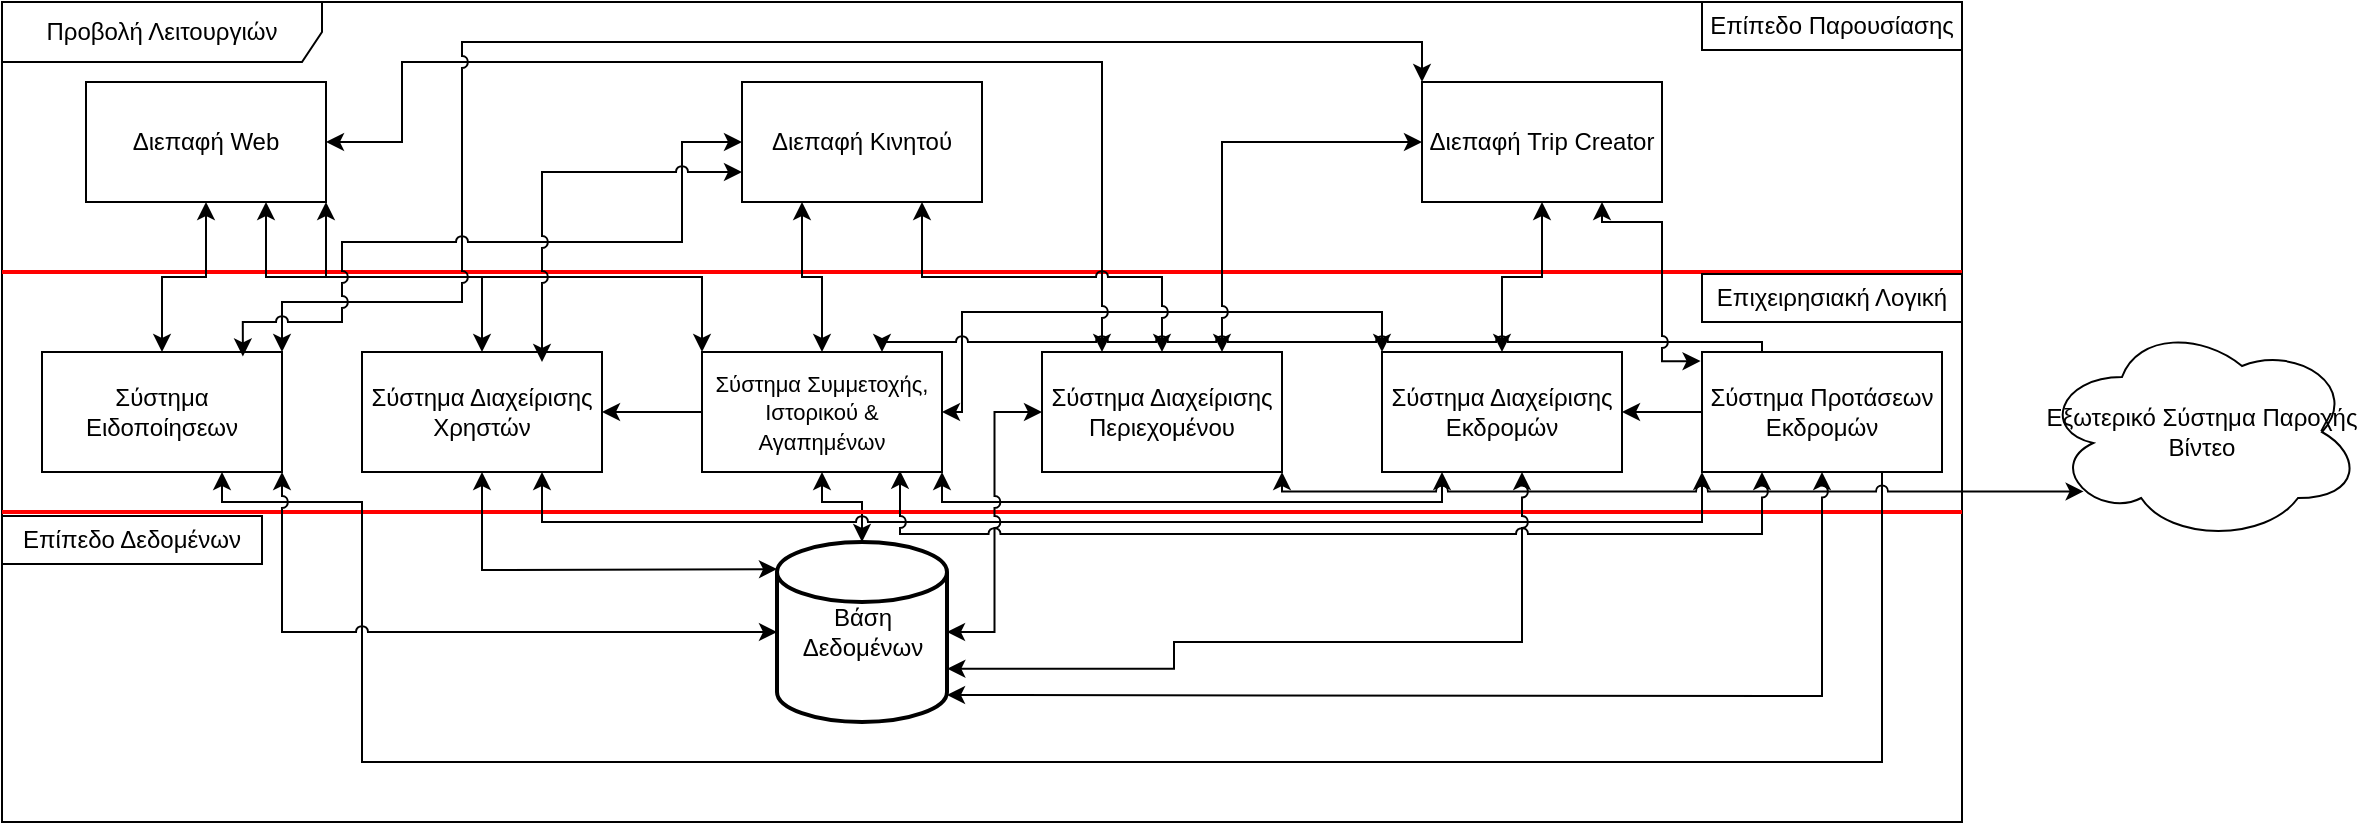
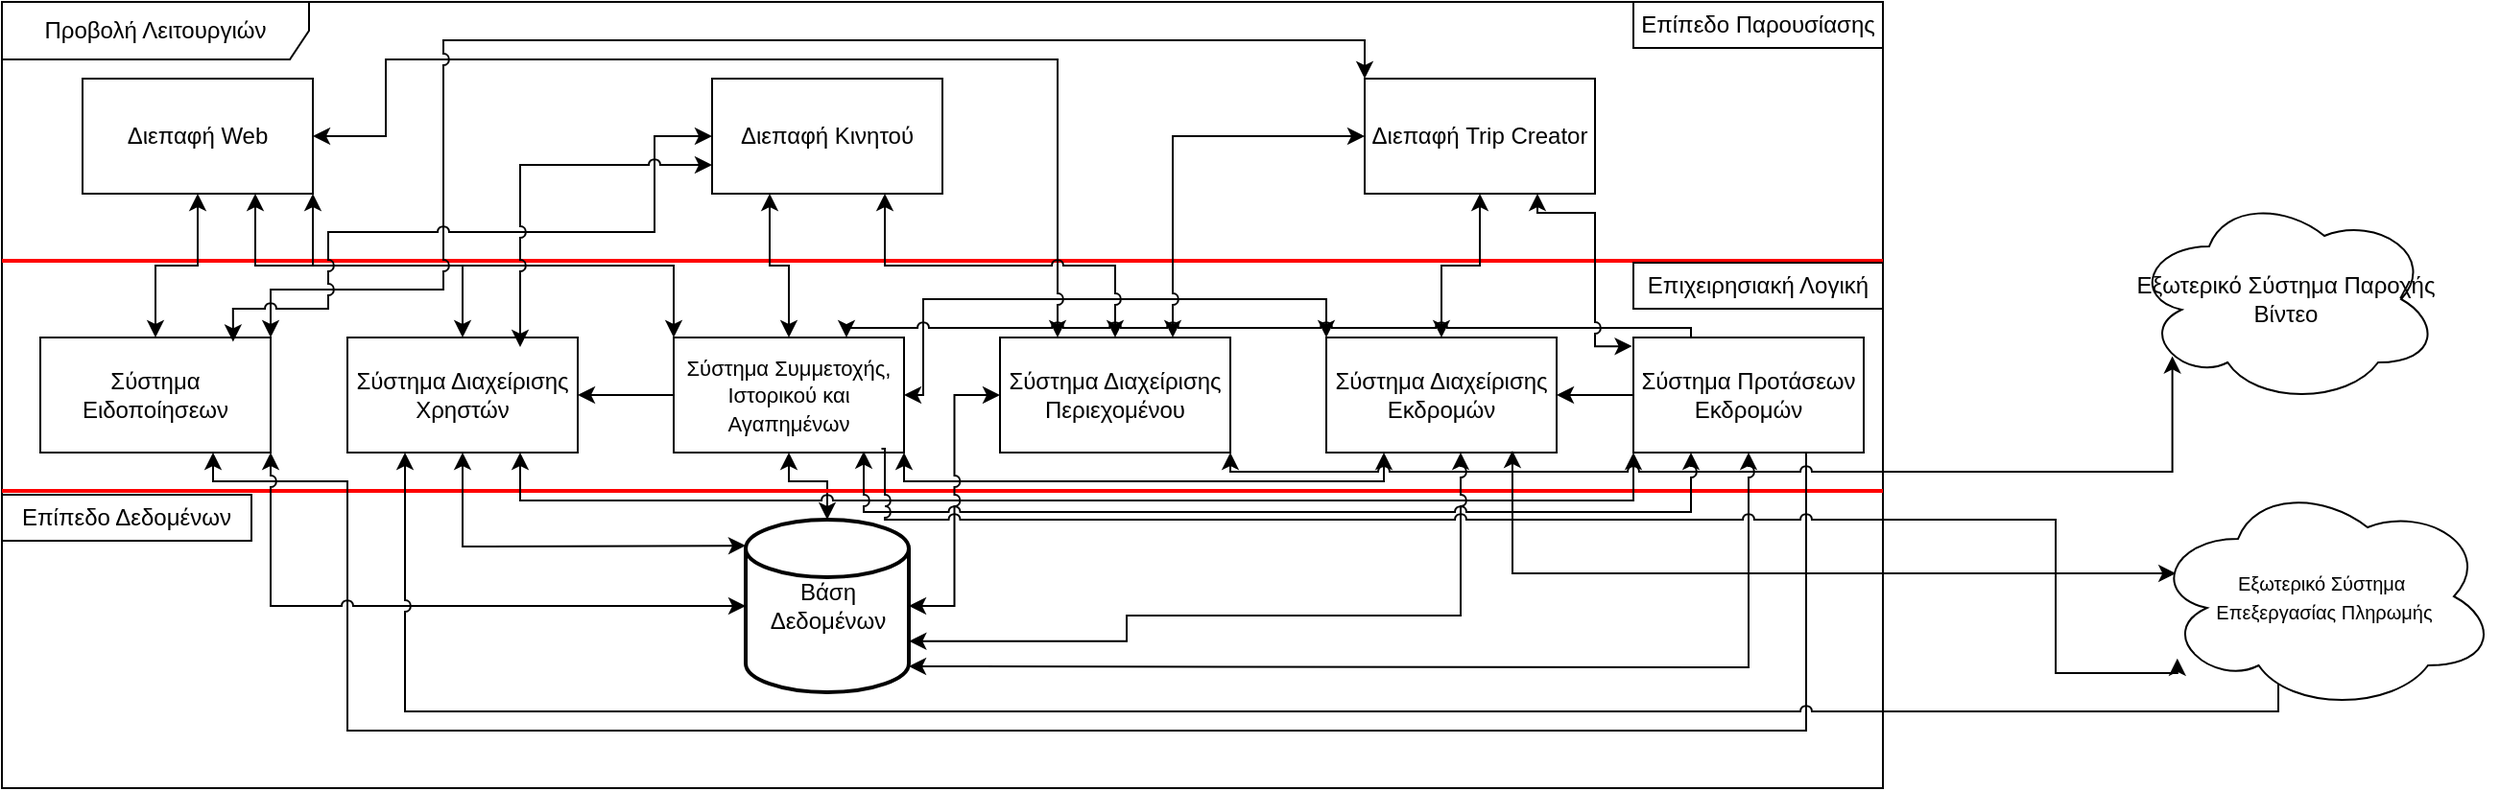
<mxfile host="Electron">
  <diagram name="Page-1" id="4AE1Qnd1JqV4NOLmeaja">
-     <mxGraphModel dx="1160" dy="851" grid="1" gridSize="10" guides="1" tooltips="1" connect="1" arrows="1" fold="1" page="1" pageScale="1" pageWidth="2336" pageHeight="1654" math="0" shadow="0">
+     <mxGraphModel dx="880" dy="646" grid="1" gridSize="10" guides="1" tooltips="1" connect="1" arrows="1" fold="1" page="1" pageScale="1" pageWidth="2336" pageHeight="1654" math="0" shadow="0">
      <root>
        <mxCell id="0" />
        <mxCell id="1" parent="0" />
        <mxCell id="USa8EpU7YxTc6JIzbQIB-5" parent="1" style="shape=umlFrame;whiteSpace=wrap;html=1;pointerEvents=0;recursiveResize=0;container=1;collapsible=0;width=160;" value="Προβολή Λειτουργιών" vertex="1">
          <mxGeometry height="410" width="980" x="280" y="150" as="geometry" />
        </mxCell>
        <mxCell id="USa8EpU7YxTc6JIzbQIB-6" parent="USa8EpU7YxTc6JIzbQIB-5" style="rounded=0;whiteSpace=wrap;html=1;" value="Σύστημα Διαχείρισης Χρηστών" vertex="1">
          <mxGeometry height="60" width="120" x="180" y="175" as="geometry" />
        </mxCell>
        <mxCell id="USa8EpU7YxTc6JIzbQIB-9" parent="USa8EpU7YxTc6JIzbQIB-5" style="rounded=0;whiteSpace=wrap;html=1;" value="Σύστημα Διαχείρισης Εκδρομών" vertex="1">
          <mxGeometry height="60" width="120" x="690" y="175" as="geometry" />
        </mxCell>
        <mxCell id="USa8EpU7YxTc6JIzbQIB-11" parent="USa8EpU7YxTc6JIzbQIB-5" style="rounded=0;whiteSpace=wrap;html=1;" value="Σύστημα Ειδοποίησεων" vertex="1">
          <mxGeometry height="60" width="120" x="20" y="175" as="geometry" />
        </mxCell>
        <mxCell id="2LO0Jh0kUcFW1yX77MjD-15" edge="1" parent="USa8EpU7YxTc6JIzbQIB-5" source="USa8EpU7YxTc6JIzbQIB-12" style="edgeStyle=orthogonalEdgeStyle;rounded=0;orthogonalLoop=1;jettySize=auto;html=1;exitX=0.5;exitY=1;exitDx=0;exitDy=0;startArrow=classic;startFill=1;jumpStyle=arc;" target="USa8EpU7YxTc6JIzbQIB-24">
          <mxGeometry relative="1" as="geometry">
            <Array as="points">
              <mxPoint x="410" y="250" />
              <mxPoint x="430" y="250" />
            </Array>
          </mxGeometry>
        </mxCell>
        <mxCell id="2LO0Jh0kUcFW1yX77MjD-33" edge="1" parent="USa8EpU7YxTc6JIzbQIB-5" source="USa8EpU7YxTc6JIzbQIB-12" style="edgeStyle=orthogonalEdgeStyle;rounded=0;orthogonalLoop=1;jettySize=auto;html=1;exitX=1;exitY=1;exitDx=0;exitDy=0;entryX=0.25;entryY=1;entryDx=0;entryDy=0;jumpStyle=arc;startArrow=classic;startFill=1;" target="USa8EpU7YxTc6JIzbQIB-9">
          <mxGeometry relative="1" as="geometry">
            <Array as="points">
              <mxPoint x="470" y="250" />
              <mxPoint x="720" y="250" />
            </Array>
          </mxGeometry>
        </mxCell>
        <mxCell id="hRzWoRSsmrd4d52nkTz4-3" edge="1" parent="USa8EpU7YxTc6JIzbQIB-5" source="USa8EpU7YxTc6JIzbQIB-12" style="edgeStyle=orthogonalEdgeStyle;rounded=0;orthogonalLoop=1;jettySize=auto;html=1;exitX=1;exitY=0.5;exitDx=0;exitDy=0;entryX=0;entryY=0;entryDx=0;entryDy=0;startArrow=classic;startFill=1;jumpStyle=arc;" target="USa8EpU7YxTc6JIzbQIB-9">
          <mxGeometry relative="1" as="geometry">
            <Array as="points">
              <mxPoint x="480" y="205" />
              <mxPoint x="480" y="155" />
              <mxPoint x="690" y="155" />
            </Array>
          </mxGeometry>
        </mxCell>
        <mxCell id="qKBwbukMVZDsGPhGPwba-1" edge="1" parent="USa8EpU7YxTc6JIzbQIB-5" source="USa8EpU7YxTc6JIzbQIB-12" style="edgeStyle=orthogonalEdgeStyle;rounded=0;orthogonalLoop=1;jettySize=auto;html=1;exitX=0;exitY=0.5;exitDx=0;exitDy=0;" target="USa8EpU7YxTc6JIzbQIB-6">
          <mxGeometry relative="1" as="geometry" />
        </mxCell>
-         <mxCell id="USa8EpU7YxTc6JIzbQIB-12" parent="USa8EpU7YxTc6JIzbQIB-5" style="rounded=0;whiteSpace=wrap;html=1;" value="&lt;font style=&quot;font-size: 11px;&quot;&gt;Σύστημα Συμμετοχής, Ιστορικού &amp;amp; Αγαπημένων&lt;/font&gt;" vertex="1">
+         <mxCell id="USa8EpU7YxTc6JIzbQIB-12" parent="USa8EpU7YxTc6JIzbQIB-5" style="rounded=0;whiteSpace=wrap;html=1;" value="&lt;font style=&quot;font-size: 11px;&quot;&gt;Σύστημα Συμμετοχής, Ιστορικού και Αγαπημένων&lt;/font&gt;" vertex="1">
          <mxGeometry height="60" width="120" x="350" y="175" as="geometry" />
        </mxCell>
        <mxCell id="USa8EpU7YxTc6JIzbQIB-13" parent="USa8EpU7YxTc6JIzbQIB-5" style="whiteSpace=wrap;html=1;" value="Σύστημα Διαχείρισης Περιεχομένου" vertex="1">
          <mxGeometry height="60" width="120" x="520" y="175" as="geometry" />
        </mxCell>
        <mxCell id="USa8EpU7YxTc6JIzbQIB-18" parent="USa8EpU7YxTc6JIzbQIB-5" style="line;strokeWidth=2;html=1;fontColor=#FF0000;labelBackgroundColor=#FF0000;strokeColor=#FF0000;" value="" vertex="1">
          <mxGeometry height="10" width="980" y="130" as="geometry" />
        </mxCell>
        <mxCell id="USa8EpU7YxTc6JIzbQIB-19" parent="USa8EpU7YxTc6JIzbQIB-5" style="line;strokeWidth=2;html=1;strokeColor=#FF0000;" value="" vertex="1">
          <mxGeometry height="10" width="980" y="250" as="geometry" />
        </mxCell>
        <mxCell id="USa8EpU7YxTc6JIzbQIB-20" parent="USa8EpU7YxTc6JIzbQIB-5" style="rounded=0;whiteSpace=wrap;html=1;" value="Επιχειρησιακή Λογική" vertex="1">
          <mxGeometry height="24" width="130" x="850" y="136" as="geometry" />
        </mxCell>
        <mxCell id="USa8EpU7YxTc6JIzbQIB-21" parent="USa8EpU7YxTc6JIzbQIB-5" style="rounded=0;whiteSpace=wrap;html=1;" value="Επίπεδο Παρουσίασης" vertex="1">
          <mxGeometry height="24" width="130" x="850" as="geometry" />
        </mxCell>
        <mxCell id="USa8EpU7YxTc6JIzbQIB-24" parent="USa8EpU7YxTc6JIzbQIB-5" style="strokeWidth=2;html=1;shape=mxgraph.flowchart.database;whiteSpace=wrap;" value="Βάση Δεδομένων" vertex="1">
          <mxGeometry height="90" width="85" x="387.5" y="270" as="geometry" />
        </mxCell>
        <mxCell id="2LO0Jh0kUcFW1yX77MjD-19" edge="1" parent="USa8EpU7YxTc6JIzbQIB-5" source="USa8EpU7YxTc6JIzbQIB-36" style="edgeStyle=orthogonalEdgeStyle;rounded=0;orthogonalLoop=1;jettySize=auto;html=1;startArrow=classic;startFill=1;jumpStyle=arc;" target="USa8EpU7YxTc6JIzbQIB-11">
          <mxGeometry relative="1" as="geometry" />
        </mxCell>
        <mxCell id="2LO0Jh0kUcFW1yX77MjD-20" edge="1" parent="USa8EpU7YxTc6JIzbQIB-5" source="USa8EpU7YxTc6JIzbQIB-36" style="edgeStyle=orthogonalEdgeStyle;rounded=0;orthogonalLoop=1;jettySize=auto;html=1;exitX=0.75;exitY=1;exitDx=0;exitDy=0;startArrow=classic;startFill=1;jumpStyle=arc;" target="USa8EpU7YxTc6JIzbQIB-6">
          <mxGeometry relative="1" as="geometry" />
        </mxCell>
        <mxCell id="2LO0Jh0kUcFW1yX77MjD-21" edge="1" parent="USa8EpU7YxTc6JIzbQIB-5" source="USa8EpU7YxTc6JIzbQIB-36" style="edgeStyle=orthogonalEdgeStyle;rounded=0;orthogonalLoop=1;jettySize=auto;html=1;exitX=1;exitY=1;exitDx=0;exitDy=0;entryX=0;entryY=0;entryDx=0;entryDy=0;startArrow=classic;startFill=1;jumpStyle=arc;" target="USa8EpU7YxTc6JIzbQIB-12">
          <mxGeometry relative="1" as="geometry" />
        </mxCell>
        <mxCell id="2LO0Jh0kUcFW1yX77MjD-26" edge="1" parent="USa8EpU7YxTc6JIzbQIB-5" source="USa8EpU7YxTc6JIzbQIB-36" style="edgeStyle=orthogonalEdgeStyle;rounded=0;orthogonalLoop=1;jettySize=auto;html=1;entryX=0.25;entryY=0;entryDx=0;entryDy=0;startArrow=classic;startFill=1;jumpStyle=arc;" target="USa8EpU7YxTc6JIzbQIB-13">
          <mxGeometry relative="1" as="geometry">
            <Array as="points">
              <mxPoint x="200" y="70" />
              <mxPoint x="200" y="30" />
              <mxPoint x="550" y="30" />
            </Array>
          </mxGeometry>
        </mxCell>
        <object label="Διεπαφή Web" Description="Περιλαμβάνει τις λειτουργίες Login, Προβολή Εκδηλώσεων, Συμμετοχή." id="USa8EpU7YxTc6JIzbQIB-36">
          <mxCell parent="USa8EpU7YxTc6JIzbQIB-5" style="whiteSpace=wrap;html=1;" vertex="1">
            <mxGeometry height="60" width="120" x="42" y="40" as="geometry" />
          </mxCell>
        </object>
        <mxCell id="2LO0Jh0kUcFW1yX77MjD-24" edge="1" parent="USa8EpU7YxTc6JIzbQIB-5" source="USa8EpU7YxTc6JIzbQIB-37" style="edgeStyle=orthogonalEdgeStyle;rounded=0;orthogonalLoop=1;jettySize=auto;html=1;exitX=0.25;exitY=1;exitDx=0;exitDy=0;startArrow=classic;startFill=1;jumpStyle=arc;" target="USa8EpU7YxTc6JIzbQIB-12">
          <mxGeometry relative="1" as="geometry" />
        </mxCell>
        <mxCell id="2LO0Jh0kUcFW1yX77MjD-25" edge="1" parent="USa8EpU7YxTc6JIzbQIB-5" source="USa8EpU7YxTc6JIzbQIB-37" style="edgeStyle=orthogonalEdgeStyle;rounded=0;orthogonalLoop=1;jettySize=auto;html=1;exitX=0.75;exitY=1;exitDx=0;exitDy=0;startArrow=classic;startFill=1;jumpStyle=arc;" target="USa8EpU7YxTc6JIzbQIB-13">
          <mxGeometry relative="1" as="geometry" />
        </mxCell>
        <mxCell id="USa8EpU7YxTc6JIzbQIB-37" parent="USa8EpU7YxTc6JIzbQIB-5" style="whiteSpace=wrap;html=1;" value="Διεπαφή Κινητού" vertex="1">
          <mxGeometry height="60" width="120" x="370" y="40" as="geometry" />
        </mxCell>
        <mxCell id="2LO0Jh0kUcFW1yX77MjD-27" edge="1" parent="USa8EpU7YxTc6JIzbQIB-5" source="USa8EpU7YxTc6JIzbQIB-38" style="edgeStyle=orthogonalEdgeStyle;rounded=0;orthogonalLoop=1;jettySize=auto;html=1;startArrow=classic;startFill=1;jumpStyle=arc;" target="USa8EpU7YxTc6JIzbQIB-9">
          <mxGeometry relative="1" as="geometry" />
        </mxCell>
        <mxCell id="2LO0Jh0kUcFW1yX77MjD-28" edge="1" parent="USa8EpU7YxTc6JIzbQIB-5" source="USa8EpU7YxTc6JIzbQIB-38" style="edgeStyle=orthogonalEdgeStyle;rounded=0;orthogonalLoop=1;jettySize=auto;html=1;entryX=0.75;entryY=0;entryDx=0;entryDy=0;startArrow=classic;startFill=1;jumpStyle=arc;" target="USa8EpU7YxTc6JIzbQIB-13">
          <mxGeometry relative="1" as="geometry" />
        </mxCell>
        <mxCell id="2LO0Jh0kUcFW1yX77MjD-29" edge="1" parent="USa8EpU7YxTc6JIzbQIB-5" source="USa8EpU7YxTc6JIzbQIB-38" style="edgeStyle=orthogonalEdgeStyle;rounded=0;orthogonalLoop=1;jettySize=auto;html=1;exitX=0;exitY=0;exitDx=0;exitDy=0;entryX=1;entryY=0;entryDx=0;entryDy=0;startArrow=classic;startFill=1;jumpStyle=arc;" target="USa8EpU7YxTc6JIzbQIB-11">
          <mxGeometry relative="1" as="geometry">
            <Array as="points">
              <mxPoint x="710" y="20" />
              <mxPoint x="230" y="20" />
              <mxPoint x="230" y="150" />
              <mxPoint x="140" y="150" />
            </Array>
          </mxGeometry>
        </mxCell>
        <mxCell id="USa8EpU7YxTc6JIzbQIB-38" parent="USa8EpU7YxTc6JIzbQIB-5" style="whiteSpace=wrap;html=1;" value="Διεπαφή Trip Creator" vertex="1">
          <mxGeometry height="60" width="120" x="710" y="40" as="geometry" />
        </mxCell>
        <mxCell id="USa8EpU7YxTc6JIzbQIB-22" parent="USa8EpU7YxTc6JIzbQIB-5" style="rounded=0;whiteSpace=wrap;html=1;" value="Επίπεδο Δεδομένων" vertex="1">
          <mxGeometry height="24" width="130" y="257" as="geometry" />
        </mxCell>
        <mxCell id="2LO0Jh0kUcFW1yX77MjD-12" edge="1" parent="USa8EpU7YxTc6JIzbQIB-5" source="2LO0Jh0kUcFW1yX77MjD-1" style="edgeStyle=orthogonalEdgeStyle;rounded=0;orthogonalLoop=1;jettySize=auto;html=1;exitX=0;exitY=0.5;exitDx=0;exitDy=0;entryX=1;entryY=0.5;entryDx=0;entryDy=0;startArrow=none;startFill=0;jumpStyle=arc;" target="USa8EpU7YxTc6JIzbQIB-9">
          <mxGeometry relative="1" as="geometry" />
        </mxCell>
        <mxCell id="2LO0Jh0kUcFW1yX77MjD-31" edge="1" parent="USa8EpU7YxTc6JIzbQIB-5" source="2LO0Jh0kUcFW1yX77MjD-1" style="edgeStyle=orthogonalEdgeStyle;rounded=0;orthogonalLoop=1;jettySize=auto;html=1;exitX=0;exitY=1;exitDx=0;exitDy=0;entryX=0.75;entryY=1;entryDx=0;entryDy=0;startArrow=classic;startFill=1;jumpStyle=arc;" target="USa8EpU7YxTc6JIzbQIB-6">
          <mxGeometry relative="1" as="geometry">
            <Array as="points">
              <mxPoint x="850" y="260" />
              <mxPoint x="270" y="260" />
            </Array>
          </mxGeometry>
        </mxCell>
        <mxCell id="hRzWoRSsmrd4d52nkTz4-4" edge="1" parent="USa8EpU7YxTc6JIzbQIB-5" source="2LO0Jh0kUcFW1yX77MjD-1" style="edgeStyle=orthogonalEdgeStyle;rounded=0;orthogonalLoop=1;jettySize=auto;html=1;exitX=0.25;exitY=0;exitDx=0;exitDy=0;entryX=0.75;entryY=0;entryDx=0;entryDy=0;startArrow=none;startFill=0;jumpStyle=arc;" target="USa8EpU7YxTc6JIzbQIB-12">
          <mxGeometry relative="1" as="geometry">
            <Array as="points">
              <mxPoint x="880" y="170" />
              <mxPoint x="440" y="170" />
            </Array>
          </mxGeometry>
        </mxCell>
        <mxCell id="hRzWoRSsmrd4d52nkTz4-5" edge="1" parent="USa8EpU7YxTc6JIzbQIB-5" source="2LO0Jh0kUcFW1yX77MjD-1" style="edgeStyle=orthogonalEdgeStyle;rounded=0;orthogonalLoop=1;jettySize=auto;html=1;exitX=0.75;exitY=1;exitDx=0;exitDy=0;entryX=0.75;entryY=1;entryDx=0;entryDy=0;jumpStyle=arc;startArrow=none;startFill=0;" target="USa8EpU7YxTc6JIzbQIB-11">
          <mxGeometry relative="1" as="geometry">
            <Array as="points">
              <mxPoint x="940" y="380" />
              <mxPoint x="180" y="380" />
              <mxPoint x="180" y="250" />
              <mxPoint x="110" y="250" />
            </Array>
          </mxGeometry>
        </mxCell>
        <mxCell id="2LO0Jh0kUcFW1yX77MjD-1" parent="USa8EpU7YxTc6JIzbQIB-5" style="rounded=0;whiteSpace=wrap;html=1;" value="Σύστημα Προτάσεων Εκδρομών" vertex="1">
          <mxGeometry height="60" width="120" x="850" y="175" as="geometry" />
        </mxCell>
        <mxCell id="USa8EpU7YxTc6JIzbQIB-113" edge="1" parent="USa8EpU7YxTc6JIzbQIB-5" source="USa8EpU7YxTc6JIzbQIB-13" style="edgeStyle=orthogonalEdgeStyle;rounded=0;orthogonalLoop=1;jettySize=auto;html=1;exitX=1;exitY=1;exitDx=0;exitDy=0;entryX=0.13;entryY=0.77;entryDx=0;entryDy=0;entryPerimeter=0;jumpStyle=arc;startArrow=classic;startFill=1;" target="USa8EpU7YxTc6JIzbQIB-111">
          <mxGeometry relative="1" as="geometry">
            <Array as="points">
              <mxPoint x="640" y="245" />
            </Array>
          </mxGeometry>
        </mxCell>
        <mxCell id="2LO0Jh0kUcFW1yX77MjD-13" edge="1" parent="USa8EpU7YxTc6JIzbQIB-5" source="USa8EpU7YxTc6JIzbQIB-11" style="edgeStyle=orthogonalEdgeStyle;rounded=0;orthogonalLoop=1;jettySize=auto;html=1;exitX=1;exitY=1;exitDx=0;exitDy=0;entryX=0;entryY=0.5;entryDx=0;entryDy=0;entryPerimeter=0;startArrow=classic;startFill=1;jumpStyle=arc;" target="USa8EpU7YxTc6JIzbQIB-24">
          <mxGeometry relative="1" as="geometry" />
        </mxCell>
        <mxCell id="2LO0Jh0kUcFW1yX77MjD-14" edge="1" parent="USa8EpU7YxTc6JIzbQIB-5" source="USa8EpU7YxTc6JIzbQIB-6" style="edgeStyle=orthogonalEdgeStyle;rounded=0;orthogonalLoop=1;jettySize=auto;html=1;entryX=0;entryY=0.15;entryDx=0;entryDy=0;entryPerimeter=0;exitX=0.5;exitY=1;exitDx=0;exitDy=0;startArrow=classic;startFill=1;jumpStyle=arc;" target="USa8EpU7YxTc6JIzbQIB-24">
          <mxGeometry relative="1" as="geometry">
            <Array as="points">
              <mxPoint x="240" y="284" />
              <mxPoint x="340" y="284" />
            </Array>
          </mxGeometry>
        </mxCell>
        <mxCell id="2LO0Jh0kUcFW1yX77MjD-16" edge="1" parent="USa8EpU7YxTc6JIzbQIB-5" source="USa8EpU7YxTc6JIzbQIB-13" style="edgeStyle=orthogonalEdgeStyle;rounded=0;orthogonalLoop=1;jettySize=auto;html=1;entryX=1;entryY=0.5;entryDx=0;entryDy=0;entryPerimeter=0;startArrow=classic;startFill=1;jumpStyle=arc;" target="USa8EpU7YxTc6JIzbQIB-24">
          <mxGeometry relative="1" as="geometry" />
        </mxCell>
        <mxCell id="2LO0Jh0kUcFW1yX77MjD-17" edge="1" parent="USa8EpU7YxTc6JIzbQIB-5" source="USa8EpU7YxTc6JIzbQIB-9" style="edgeStyle=orthogonalEdgeStyle;rounded=0;orthogonalLoop=1;jettySize=auto;html=1;entryX=1.002;entryY=0.704;entryDx=0;entryDy=0;entryPerimeter=0;startArrow=classic;startFill=1;jumpStyle=arc;" target="USa8EpU7YxTc6JIzbQIB-24">
          <mxGeometry relative="1" as="geometry">
            <Array as="points">
              <mxPoint x="760" y="320" />
              <mxPoint x="586" y="320" />
              <mxPoint x="586" y="333" />
            </Array>
          </mxGeometry>
        </mxCell>
        <mxCell id="2LO0Jh0kUcFW1yX77MjD-18" edge="1" parent="USa8EpU7YxTc6JIzbQIB-5" source="2LO0Jh0kUcFW1yX77MjD-1" style="edgeStyle=orthogonalEdgeStyle;rounded=0;orthogonalLoop=1;jettySize=auto;html=1;entryX=1;entryY=0.85;entryDx=0;entryDy=0;entryPerimeter=0;startArrow=classic;startFill=1;jumpStyle=arc;" target="USa8EpU7YxTc6JIzbQIB-24">
          <mxGeometry relative="1" as="geometry">
            <Array as="points">
              <mxPoint x="910" y="347" />
              <mxPoint x="661" y="347" />
            </Array>
          </mxGeometry>
        </mxCell>
        <mxCell id="2LO0Jh0kUcFW1yX77MjD-22" edge="1" parent="USa8EpU7YxTc6JIzbQIB-5" source="USa8EpU7YxTc6JIzbQIB-37" style="edgeStyle=orthogonalEdgeStyle;rounded=0;orthogonalLoop=1;jettySize=auto;html=1;exitX=0;exitY=0.5;exitDx=0;exitDy=0;entryX=0.837;entryY=0.037;entryDx=0;entryDy=0;entryPerimeter=0;startArrow=classic;startFill=1;jumpStyle=arc;" target="USa8EpU7YxTc6JIzbQIB-11">
          <mxGeometry relative="1" as="geometry">
            <Array as="points">
              <mxPoint x="340" y="70" />
              <mxPoint x="340" y="120" />
              <mxPoint x="170" y="120" />
              <mxPoint x="170" y="160" />
              <mxPoint x="120" y="160" />
            </Array>
          </mxGeometry>
        </mxCell>
        <mxCell id="2LO0Jh0kUcFW1yX77MjD-23" edge="1" parent="USa8EpU7YxTc6JIzbQIB-5" source="USa8EpU7YxTc6JIzbQIB-37" style="edgeStyle=orthogonalEdgeStyle;rounded=0;orthogonalLoop=1;jettySize=auto;html=1;exitX=0;exitY=0.75;exitDx=0;exitDy=0;entryX=0.75;entryY=0.083;entryDx=0;entryDy=0;entryPerimeter=0;startArrow=classic;startFill=1;jumpStyle=arc;" target="USa8EpU7YxTc6JIzbQIB-6">
          <mxGeometry relative="1" as="geometry" />
        </mxCell>
        <mxCell id="2LO0Jh0kUcFW1yX77MjD-30" edge="1" parent="USa8EpU7YxTc6JIzbQIB-5" source="USa8EpU7YxTc6JIzbQIB-38" style="edgeStyle=orthogonalEdgeStyle;rounded=0;orthogonalLoop=1;jettySize=auto;html=1;exitX=0.75;exitY=1;exitDx=0;exitDy=0;entryX=-0.006;entryY=0.076;entryDx=0;entryDy=0;entryPerimeter=0;startArrow=classic;startFill=1;jumpStyle=arc;" target="2LO0Jh0kUcFW1yX77MjD-1">
          <mxGeometry relative="1" as="geometry">
            <Array as="points">
              <mxPoint x="800" y="110" />
              <mxPoint x="830" y="110" />
              <mxPoint x="830" y="180" />
            </Array>
          </mxGeometry>
        </mxCell>
        <mxCell id="hRzWoRSsmrd4d52nkTz4-1" edge="1" parent="USa8EpU7YxTc6JIzbQIB-5" source="2LO0Jh0kUcFW1yX77MjD-1" style="edgeStyle=orthogonalEdgeStyle;rounded=0;orthogonalLoop=1;jettySize=auto;html=1;exitX=0.25;exitY=1;exitDx=0;exitDy=0;entryX=0.825;entryY=0.989;entryDx=0;entryDy=0;entryPerimeter=0;startArrow=classic;startFill=1;jumpStyle=arc;" target="USa8EpU7YxTc6JIzbQIB-12">
          <mxGeometry relative="1" as="geometry">
            <Array as="points">
              <mxPoint x="880" y="266" />
              <mxPoint x="449" y="266" />
            </Array>
          </mxGeometry>
        </mxCell>
+         <mxCell id="tKkQsGxOh05B_EATE814-3" edge="1" parent="USa8EpU7YxTc6JIzbQIB-5" source="USa8EpU7YxTc6JIzbQIB-12" style="edgeStyle=orthogonalEdgeStyle;rounded=0;orthogonalLoop=1;jettySize=auto;html=1;entryX=0.13;entryY=0.77;entryDx=0;entryDy=0;entryPerimeter=0;jumpStyle=arc;exitX=0.902;exitY=0.967;exitDx=0;exitDy=0;exitPerimeter=0;">
+           <mxGeometry relative="1" as="geometry">
+             <Array as="points">
+               <mxPoint x="460" y="233" />
+               <mxPoint x="460" y="270" />
+               <mxPoint x="1070" y="270" />
+               <mxPoint x="1070" y="350" />
+               <mxPoint x="1133" y="350" />
+             </Array>
+             <mxPoint x="460" y="240" as="sourcePoint" />
+             <mxPoint x="1133.4" y="342.4000000000001" as="targetPoint" />
+           </mxGeometry>
+         </mxCell>
        <mxCell id="USa8EpU7YxTc6JIzbQIB-111" parent="1" style="ellipse;shape=cloud;whiteSpace=wrap;html=1;" value="Εξωτερικό Σύστημα Παροχής Βίντεο" vertex="1">
-           <mxGeometry height="110" width="160" x="1300" y="310" as="geometry" />
+           <mxGeometry height="110" width="160" x="1390" y="250" as="geometry" />
+         </mxCell>
+         <mxCell id="tKkQsGxOh05B_EATE814-5" edge="1" parent="1" source="tKkQsGxOh05B_EATE814-1" style="edgeStyle=orthogonalEdgeStyle;rounded=0;orthogonalLoop=1;jettySize=auto;html=1;exitX=0.31;exitY=0.8;exitDx=0;exitDy=0;exitPerimeter=0;entryX=0.25;entryY=1;entryDx=0;entryDy=0;jumpStyle=arc;" target="USa8EpU7YxTc6JIzbQIB-6">
+           <mxGeometry relative="1" as="geometry">
+             <Array as="points">
+               <mxPoint x="1466" y="520" />
+               <mxPoint x="490" y="520" />
+             </Array>
+           </mxGeometry>
+         </mxCell>
+         <mxCell id="tKkQsGxOh05B_EATE814-1" parent="1" style="ellipse;shape=cloud;whiteSpace=wrap;html=1;" value="&lt;font style=&quot;font-size: 10px;&quot;&gt;Εξωτερικό Σύστημα&amp;nbsp;&lt;/font&gt;&lt;div&gt;&lt;font style=&quot;font-size: 10px;&quot;&gt;Επεξεργασίας Πληρωμής&lt;/font&gt;&lt;/div&gt;" vertex="1">
+           <mxGeometry height="120" width="180" x="1400" y="400" as="geometry" />
+         </mxCell>
+         <mxCell id="tKkQsGxOh05B_EATE814-2" edge="1" parent="1" source="tKkQsGxOh05B_EATE814-1" style="edgeStyle=orthogonalEdgeStyle;rounded=0;orthogonalLoop=1;jettySize=auto;html=1;exitX=0.07;exitY=0.4;exitDx=0;exitDy=0;exitPerimeter=0;entryX=0.808;entryY=0.983;entryDx=0;entryDy=0;entryPerimeter=0;startArrow=classic;startFill=1;" target="USa8EpU7YxTc6JIzbQIB-9">
+           <mxGeometry relative="1" as="geometry" />
        </mxCell>
      </root>
    </mxGraphModel>
  </diagram>
</mxfile>
